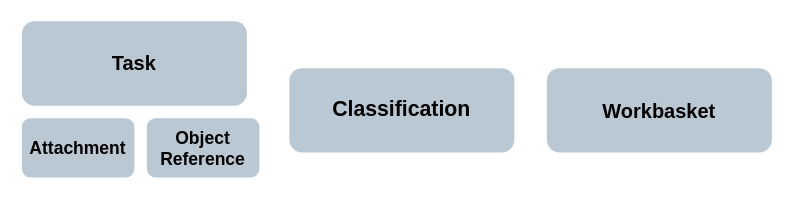
Earlier version of the draw.io diagram new-doc-structure/first-example/docs/user-guide/core-concepts/entities.drawio (ryzheboka/taskana-doc). Source tidied: cells renumbered, new cells numbered last; positions are measured from the earlier drawing's top-left corner, leaving out a move shared by most shapes. Both pictures are drawn from the tidied source at 125%, with x=0, y=0 at pixel (21, 20).
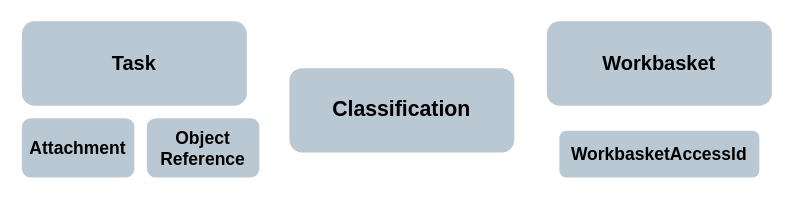
The same diagram, later.

Change to the diagram source:
```diff
@@
 <mxGraphModel>
   <root>
     <mxCell id="0" />
     <mxCell id="1" parent="0" />
     <mxCell id="2" value="&lt;b&gt;&lt;font style=&quot;font-size: 17px&quot;&gt;Classification&lt;/font&gt;&lt;/b&gt;" style="rounded=1;whiteSpace=wrap;html=1;fillColor=#bac8d3;strokeColor=none;" parent="1" vertex="1">
       <mxGeometry x="214" y="38" width="180" height="67.5" as="geometry" />
     </mxCell>
     <mxCell id="3" value="&lt;b&gt;&lt;font style=&quot;font-size: 16px&quot;&gt;Task&lt;/font&gt;&lt;/b&gt;" style="rounded=1;whiteSpace=wrap;html=1;fillColor=#bac8d3;strokeColor=none;" parent="1" vertex="1">
       <mxGeometry y="0.5" width="180" height="67.5" as="geometry" />
     </mxCell>
     <mxCell id="4" value="&lt;b&gt;&lt;font style=&quot;font-size: 16px&quot;&gt;Workbasket&lt;/font&gt;&lt;/b&gt;" style="rounded=1;whiteSpace=wrap;html=1;fillColor=#bac8d3;strokeColor=none;" parent="1" vertex="1">
-      <mxGeometry x="420" y="38" width="180" height="67.5" as="geometry" />
+      <mxGeometry x="420" y="0.5" width="180" height="67.5" as="geometry" />
     </mxCell>
     <mxCell id="5" value="&lt;b&gt;&lt;font style=&quot;font-size: 14px&quot;&gt;Attachment&lt;/font&gt;&lt;/b&gt;" style="rounded=1;whiteSpace=wrap;html=1;fillColor=#bac8d3;strokeColor=none;" parent="1" vertex="1">
       <mxGeometry y="78" width="90" height="47.5" as="geometry" />
     </mxCell>
     <mxCell id="6" value="&lt;b&gt;&lt;font style=&quot;font-size: 14px&quot;&gt;Object Reference&lt;/font&gt;&lt;/b&gt;" style="rounded=1;whiteSpace=wrap;html=1;fillColor=#bac8d3;strokeColor=none;" parent="1" vertex="1">
       <mxGeometry x="100" y="78" width="90" height="47.5" as="geometry" />
     </mxCell>
+    <mxCell id="7" value="&lt;b&gt;&lt;font style=&quot;font-size: 14px&quot;&gt;WorkbasketAccessId&lt;/font&gt;&lt;/b&gt;" style="rounded=1;whiteSpace=wrap;html=1;fillColor=#bac8d3;strokeColor=none;" parent="1" vertex="1">
+      <mxGeometry x="430" y="88" width="160" height="37.5" as="geometry" />
+    </mxCell>
   </root>
 </mxGraphModel>
```
